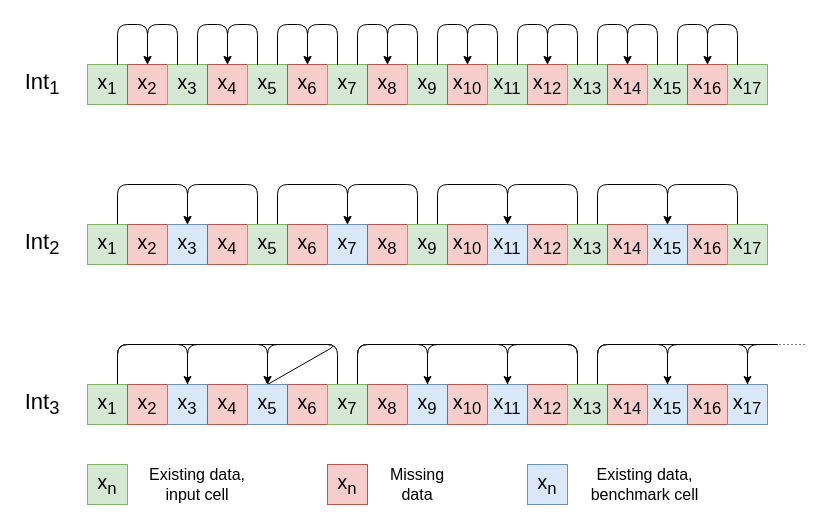
AndrzejTunkiel/atunkiel_open keeps this draw.io diagram as interp_method.drawio. Above is the earlier version. Source tidied: cells renumbered, new cells numbered last; positions are measured from the earlier drawing's top-left corner, leaving out a move shared by most shapes. Both pictures are drawn from the tidied source at 100%, with x=0, y=0 at pixel (17, 24).
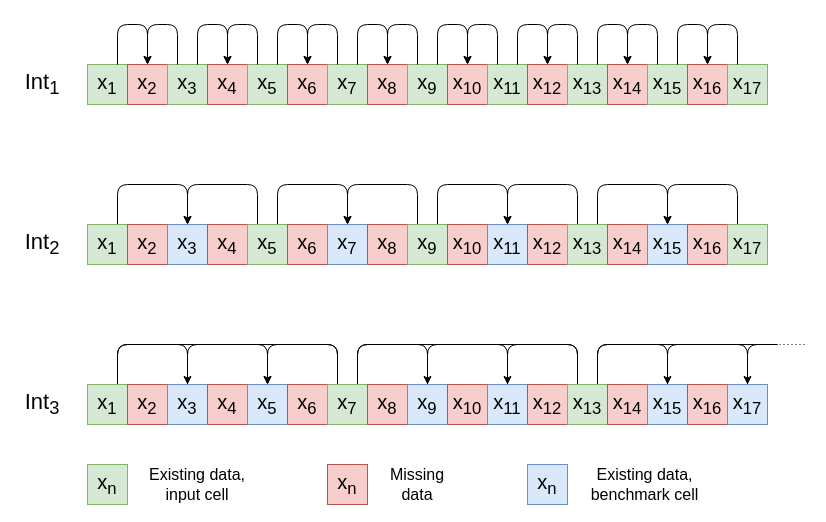
Above is the later version.

The edit, as a diff of the source:
```diff
@@
-    <mxCell id="44" style="endArrow=none;startArrow=classic;html=1;startFill=1;endFill=0;entryX=0.25;entryY=0;entryDx=0;entryDy=0;exitX=0.5;exitY=0;exitDx=0;exitDy=0;" parent="1" edge="1">
+    <mxCell id="44" style="endArrow=none;startArrow=classic;html=1;startFill=1;endFill=0;exitX=0.5;exitY=0;exitDx=0;exitDy=0;" parent="1" edge="1">
       <mxGeometry relative="1" as="geometry">
         <mxPoint x="250" y="360" as="sourcePoint" />
-        <mxPoint x="250" y="360" as="targetPoint" />
+        <mxPoint x="320" y="360" as="targetPoint" />
         <Array as="points">
           <mxPoint x="250" y="320" />
           <mxPoint x="320" y="320" />
         </Array>
       </mxGeometry>
     </mxCell>
```
